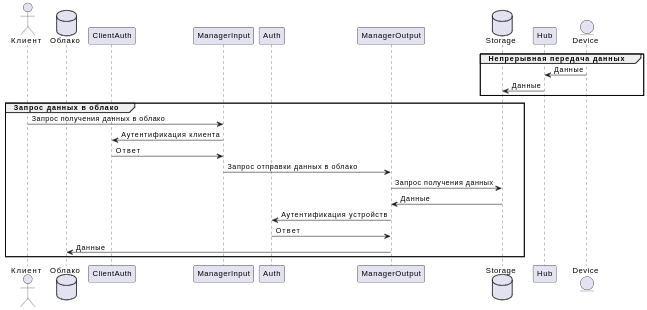
This is diagrams/politic/basic-scenary.png from SPBU-gateway/artefacts, a PlantUML export, as it was before one commit. Its source is kept beside it as diagrams/politic/basic-scenary.puml. Source of this version:
```plantuml
@startuml
actor Клиент as user
database Облако as cloud
participant ClientAuth as auth2
participant ManagerInput as in
participant Auth as auth
participant Gateway as gateway
participant ManagerOutput as out
database Storage as storage
participant Hub as hub
entity Device as device

group Непрерывная передача данных
device -> hub: Данные
hub -> storage: Данные
end

group Запрос данных в облако
user -> in: Запрос получения данных в облако
in -> auth2: Аутентификация клиента
in <- auth2: Ответ
in -> out: Запрос отправки данных в облако
out -> storage: Запрос получения данных
out <- storage: Данные
out -> gateway: Данные
gateway -> auth: Аутентификация устройств
gateway <- auth: Ответ
gateway -> cloud: Данные
end
@enduml
```
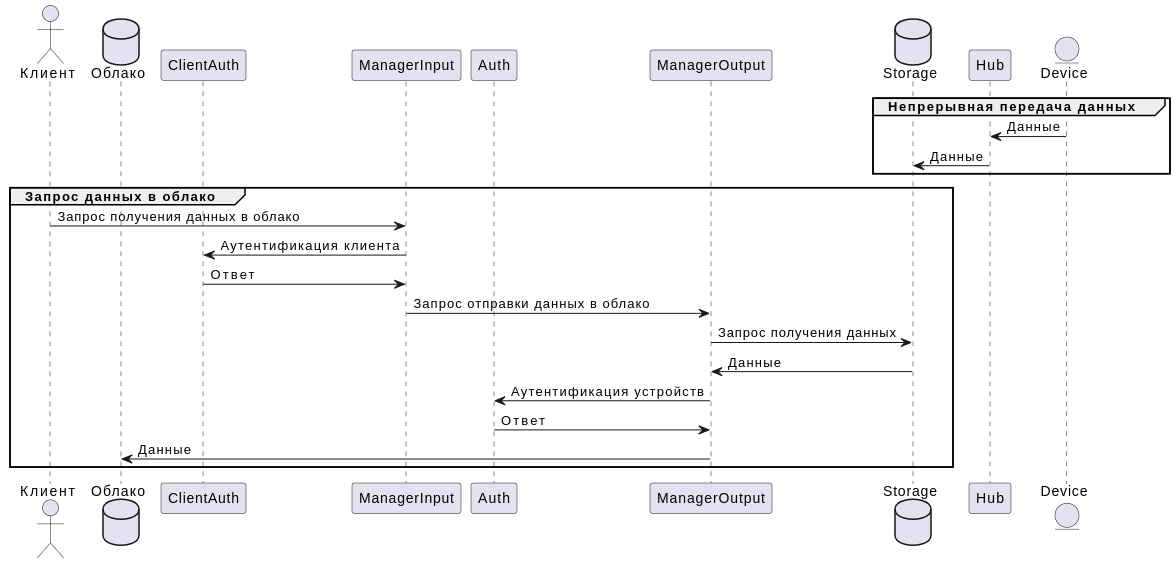
Above is the later version.

What changed in the source:
```diff
@@ -4,7 +4,6 @@
 participant ClientAuth as auth2
 participant ManagerInput as in
 participant Auth as auth
-participant Gateway as gateway
 participant ManagerOutput as out
 database Storage as storage
 participant Hub as hub
@@ -22,9 +21,8 @@
 in -> out: Запрос отправки данных в облако
 out -> storage: Запрос получения данных
 out <- storage: Данные
-out -> gateway: Данные
-gateway -> auth: Аутентификация устройств
-gateway <- auth: Ответ
-gateway -> cloud: Данные
+out -> auth: Аутентификация устройств
+out <- auth: Ответ
+out -> cloud: Данные
 end
 @enduml
```
